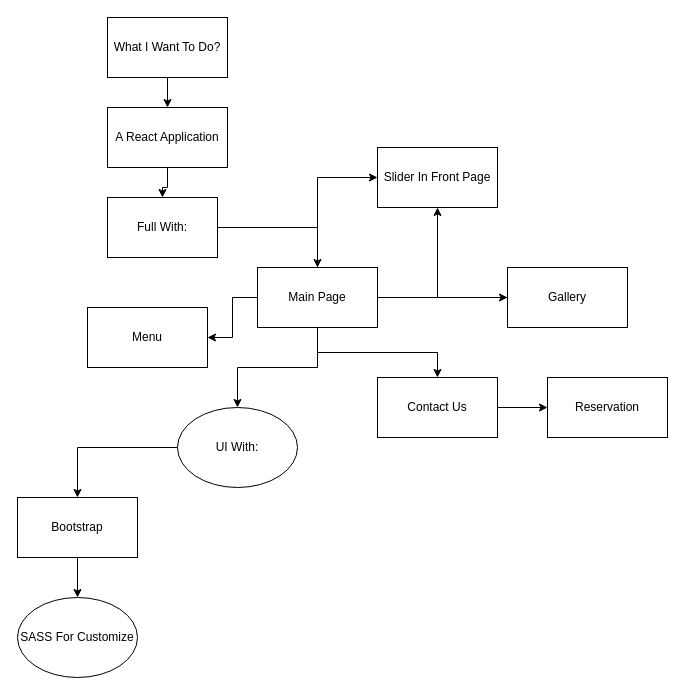
Earlier version of the draw.io diagram Menu.drawio (monfaredpersonal/Development). Source tidied: cells renumbered, new cells numbered last; positions are measured from the earlier drawing's top-left corner, leaving out a move shared by most shapes. Both pictures are drawn from the tidied source at 100%, with x=0, y=0 at pixel (17, 17).
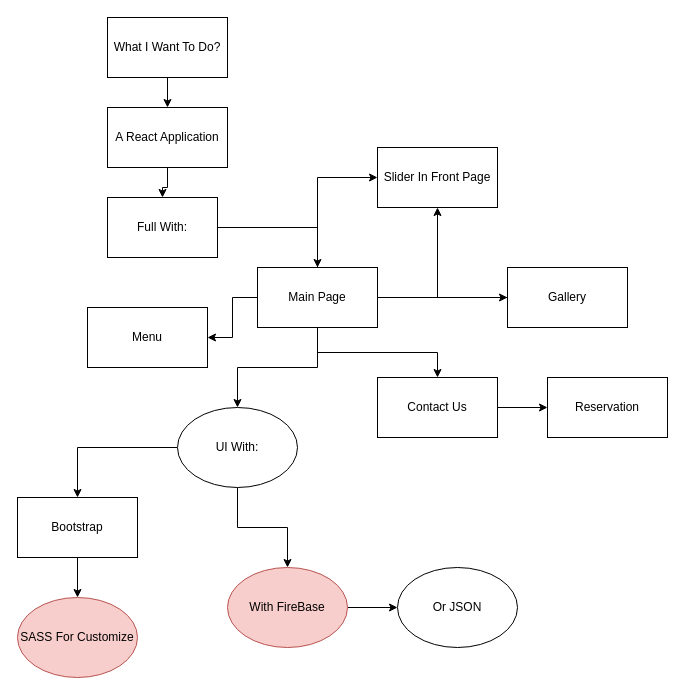
Above is the later version.

Unchanged cells that the change refers to:
```xml
<mxCell id="22" value="UI With:" style="ellipse;whiteSpace=wrap;html=1;rounded=0;" parent="1" vertex="1">
  <mxGeometry x="160" y="390" width="120" height="80" as="geometry" />
</mxCell>
```

The edit, as a diff of the source:
```diff
@@
+    <mxCell id="26" style="edgeStyle=orthogonalEdgeStyle;rounded=0;jettySize=auto;html=1;" parent="1" edge="1" source="22" target="28">
+      <mxGeometry relative="1" as="geometry" />
+    </mxCell>
@@
-    <mxCell id="25" value="SASS For Customize" style="ellipse;whiteSpace=wrap;html=1;" parent="1" vertex="1">
+    <mxCell id="25" value="SASS For Customize" style="ellipse;whiteSpace=wrap;html=1;fillColor=#f8cecc;strokeColor=#b85450;" parent="1" vertex="1">
       <mxGeometry y="580" width="120" height="80" as="geometry" />
     </mxCell>
+    <mxCell id="27" style="edgeStyle=orthogonalEdgeStyle;rounded=0;jettySize=auto;html=1;" parent="1" edge="1" source="28" target="29">
+      <mxGeometry relative="1" as="geometry" />
+    </mxCell>
+    <mxCell id="28" value="With FireBase" style="ellipse;whiteSpace=wrap;html=1;fillColor=#f8cecc;strokeColor=#b85450;" parent="1" vertex="1">
+      <mxGeometry x="210" y="550" width="120" height="80" as="geometry" />
+    </mxCell>
+    <mxCell id="29" value="Or JSON" style="ellipse;whiteSpace=wrap;html=1;" parent="1" vertex="1">
+      <mxGeometry x="380" y="550" width="120" height="80" as="geometry" />
+    </mxCell>
```
